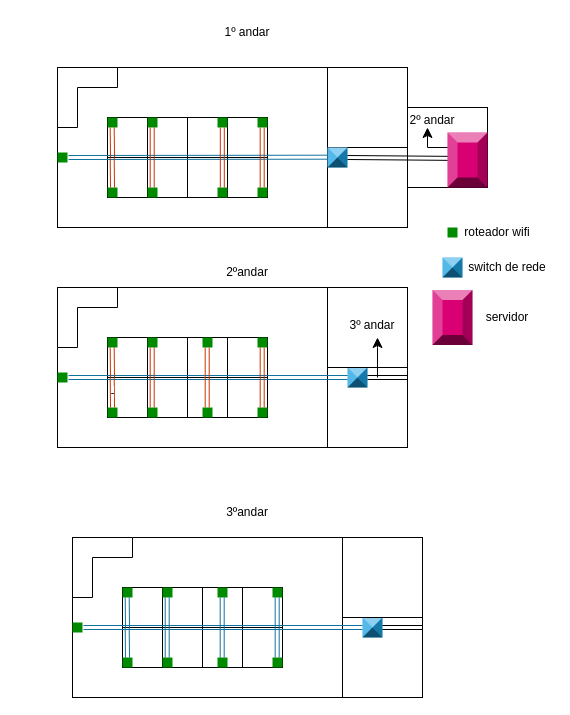
Earlier version of the draw.io diagram shopping.drawio (BrunoTdS456123/Prog1). Source tidied: cells renumbered, new cells numbered last; positions are measured from the earlier drawing's top-left corner, leaving out a move shared by most shapes. Both pictures are drawn from the tidied source at 100%, with x=0, y=0 at pixel (57, 17).
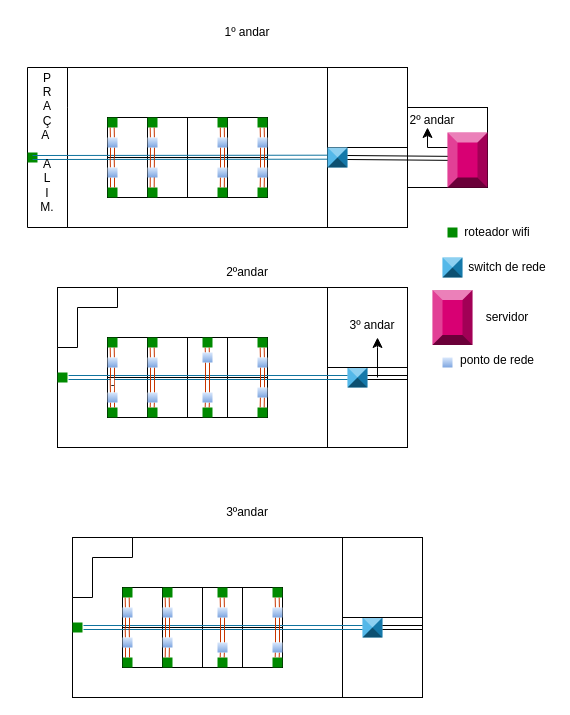
The same page after the edit.

What changed in the source:
```diff
@@
     <mxCell id="7" style="rounded=0;whiteSpace=wrap;html=1;" parent="1" vertex="1">
-      <mxGeometry y="50" width="270" height="160" as="geometry" />
+      <mxGeometry x="10" y="50" width="260" height="160" as="geometry" />
     </mxCell>
@@
-    <mxCell id="10" style="shape=corner;whiteSpace=wrap;html=1;" parent="1" vertex="1">
-      <mxGeometry y="50" width="60" height="60" as="geometry" />
+    <mxCell id="10" style="shape=corner;whiteSpace=wrap;html=1;dx=40;dy=40;" parent="1" vertex="1">
+      <mxGeometry x="-30" y="50" width="40" height="160" as="geometry" />
     </mxCell>
@@
     <mxCell id="28" value="&lt;div&gt;&lt;br&gt;&lt;/div&gt;&lt;div&gt;&lt;br&gt;&lt;/div&gt;" style="labelPosition=center;verticalLabelPosition=middle;align=center;html=1;shape=mxgraph.basic.shaded_button;dx=0;fillColor=#008a00;strokeColor=#005700;whiteSpace=wrap;fontColor=#ffffff;" parent="1" vertex="1">
-      <mxGeometry y="135" width="10" height="10" as="geometry" />
+      <mxGeometry x="-30" y="135" width="10" height="10" as="geometry" />
     </mxCell>
-    <mxCell id="29" style="shape=link;html=1;rounded=0;fillColor=#b1ddf0;strokeColor=#10739e;" parent="1" edge="1">
+    <mxCell id="29" style="shape=link;html=1;rounded=0;fillColor=#b1ddf0;strokeColor=#10739e;exitX=0.25;exitY=1;exitDx=0;exitDy=0;" parent="1" edge="1" source="104">
       <mxGeometry relative="1" as="geometry">
-        <mxPoint x="11" y="140" as="sourcePoint" />
         <mxPoint x="270" y="139.7" as="targetPoint" />
       </mxGeometry>
     </mxCell>
@@
-    <mxCell id="31" style="shape=link;html=1;rounded=0;fillColor=#fa6800;strokeColor=#C73500;" parent="1" edge="1">
+    <mxCell id="31" style="shape=link;html=1;rounded=0;fillColor=#fa6800;strokeColor=#C73500;" parent="1" edge="1" source="108">
       <mxGeometry relative="1" as="geometry">
-        <mxPoint x="55" y="170" as="sourcePoint" />
         <mxPoint x="54.7" y="140" as="targetPoint" />
       </mxGeometry>
     </mxCell>
-    <mxCell id="32" style="shape=link;html=1;rounded=0;fillColor=#fa6800;strokeColor=#C73500;" parent="1" edge="1">
+    <mxCell id="32" style="shape=link;html=1;rounded=0;fillColor=#fa6800;strokeColor=#C73500;" parent="1" edge="1" source="106">
       <mxGeometry relative="1" as="geometry">
-        <mxPoint x="55" y="140" as="sourcePoint" />
         <mxPoint x="54.7" y="110" as="targetPoint" />
       </mxGeometry>
     </mxCell>
-    <mxCell id="33" style="shape=link;html=1;rounded=0;fillColor=#fa6800;strokeColor=#C73500;" parent="1" edge="1">
+    <mxCell id="33" style="shape=link;html=1;rounded=0;fillColor=#fa6800;strokeColor=#C73500;" parent="1" edge="1" source="110">
       <mxGeometry relative="1" as="geometry">
-        <mxPoint x="94.7" y="170" as="sourcePoint" />
         <mxPoint x="94.7" y="110" as="targetPoint" />
       </mxGeometry>
     </mxCell>
-    <mxCell id="34" style="shape=link;html=1;rounded=0;fillColor=#fa6800;strokeColor=#C73500;" parent="1" edge="1">
+    <mxCell id="34" style="shape=link;html=1;rounded=0;fillColor=#fa6800;strokeColor=#C73500;" parent="1" edge="1" source="115">
       <mxGeometry relative="1" as="geometry">
-        <mxPoint x="164.8" y="170" as="sourcePoint" />
         <mxPoint x="164.8" y="110" as="targetPoint" />
       </mxGeometry>
     </mxCell>
-    <mxCell id="35" style="shape=link;html=1;rounded=0;fillColor=#fa6800;strokeColor=#C73500;" parent="1" edge="1">
+    <mxCell id="35" style="shape=link;html=1;rounded=0;fillColor=#fa6800;strokeColor=#C73500;" parent="1" edge="1" source="119">
       <mxGeometry relative="1" as="geometry">
-        <mxPoint x="204.7" y="170" as="sourcePoint" />
         <mxPoint x="204.7" y="110" as="targetPoint" />
       </mxGeometry>
     </mxCell>
@@
-    <mxCell id="60" value="-" style="shape=link;html=1;rounded=0;fillColor=#fa6800;strokeColor=#C73500;" parent="1" edge="1">
+    <mxCell id="60" value="-" style="shape=link;html=1;rounded=0;fillColor=#fa6800;strokeColor=#C73500;" parent="1" edge="1" source="123">
       <mxGeometry relative="1" as="geometry">
-        <mxPoint x="55" y="390" as="sourcePoint" />
         <mxPoint x="54.7" y="360" as="targetPoint" />
       </mxGeometry>
     </mxCell>
-    <mxCell id="61" style="shape=link;html=1;rounded=0;fillColor=#fa6800;strokeColor=#C73500;" parent="1" edge="1">
+    <mxCell id="61" style="shape=link;html=1;rounded=0;fillColor=#fa6800;strokeColor=#C73500;" parent="1" edge="1" source="121">
       <mxGeometry relative="1" as="geometry">
-        <mxPoint x="55" y="360" as="sourcePoint" />
         <mxPoint x="54.7" y="330" as="targetPoint" />
       </mxGeometry>
     </mxCell>
-    <mxCell id="62" style="shape=link;html=1;rounded=0;fillColor=#fa6800;strokeColor=#C73500;" parent="1" edge="1">
+    <mxCell id="62" style="shape=link;html=1;rounded=0;fillColor=#fa6800;strokeColor=#C73500;" parent="1" edge="1" source="125">
       <mxGeometry relative="1" as="geometry">
-        <mxPoint x="94.7" y="390" as="sourcePoint" />
         <mxPoint x="94.7" y="330" as="targetPoint" />
       </mxGeometry>
     </mxCell>
-    <mxCell id="63" style="shape=link;html=1;rounded=0;fillColor=#fa6800;strokeColor=#C73500;" parent="1" edge="1">
+    <mxCell id="63" style="shape=link;html=1;rounded=0;fillColor=#fa6800;strokeColor=#C73500;" parent="1" edge="1" source="129">
       <mxGeometry relative="1" as="geometry">
-        <mxPoint x="149.7" y="390" as="sourcePoint" />
         <mxPoint x="149.7" y="330" as="targetPoint" />
       </mxGeometry>
     </mxCell>
-    <mxCell id="64" style="shape=link;html=1;rounded=0;fillColor=#fa6800;strokeColor=#C73500;" parent="1" edge="1">
+    <mxCell id="64" style="shape=link;html=1;rounded=0;fillColor=#fa6800;strokeColor=#C73500;" parent="1" edge="1" source="133">
       <mxGeometry relative="1" as="geometry">
-        <mxPoint x="204.7" y="390" as="sourcePoint" />
         <mxPoint x="204.7" y="330" as="targetPoint" />
       </mxGeometry>
     </mxCell>
@@
-    <mxCell id="91" style="shape=link;html=1;rounded=0;fillColor=#b1ddf0;strokeColor=#10739e;" parent="1" edge="1">
+    <mxCell id="91" style="shape=link;html=1;rounded=0;fillColor=#fa6800;strokeColor=#C73500;" parent="1" edge="1" source="151">
       <mxGeometry relative="1" as="geometry">
-        <mxPoint x="70" y="640" as="sourcePoint" />
         <mxPoint x="69.7" y="610" as="targetPoint" />
       </mxGeometry>
     </mxCell>
-    <mxCell id="92" style="shape=link;html=1;rounded=0;fillColor=#b1ddf0;strokeColor=#10739e;" parent="1" edge="1">
+    <mxCell id="92" style="shape=link;html=1;rounded=0;fillColor=#fa6800;strokeColor=#C73500;" parent="1" edge="1" source="137">
       <mxGeometry relative="1" as="geometry">
-        <mxPoint x="70" y="610" as="sourcePoint" />
         <mxPoint x="69.7" y="580" as="targetPoint" />
       </mxGeometry>
     </mxCell>
-    <mxCell id="93" style="shape=link;html=1;rounded=0;fillColor=#b1ddf0;strokeColor=#10739e;" parent="1" edge="1">
+    <mxCell id="93" style="shape=link;html=1;rounded=0;fillColor=#fa6800;strokeColor=#C73500;" parent="1" edge="1" source="139">
       <mxGeometry relative="1" as="geometry">
-        <mxPoint x="109.7" y="640" as="sourcePoint" />
         <mxPoint x="109.7" y="580" as="targetPoint" />
       </mxGeometry>
     </mxCell>
-    <mxCell id="94" style="shape=link;html=1;rounded=0;fillColor=#b1ddf0;strokeColor=#10739e;" parent="1" edge="1">
+    <mxCell id="94" style="shape=link;html=1;rounded=0;fillColor=#fa6800;strokeColor=#C73500;" parent="1" edge="1" source="141">
       <mxGeometry relative="1" as="geometry">
-        <mxPoint x="164.7" y="640" as="sourcePoint" />
         <mxPoint x="164.7" y="580" as="targetPoint" />
       </mxGeometry>
     </mxCell>
-    <mxCell id="95" style="shape=link;html=1;rounded=0;fillColor=#b1ddf0;strokeColor=#10739e;" parent="1" edge="1">
+    <mxCell id="95" style="shape=link;html=1;rounded=0;fillColor=#fa6800;strokeColor=#C73500;" parent="1" edge="1" source="143">
       <mxGeometry relative="1" as="geometry">
-        <mxPoint x="219.7" y="640" as="sourcePoint" />
         <mxPoint x="219.7" y="580" as="targetPoint" />
       </mxGeometry>
     </mxCell>
@@
+    <mxCell id="104" value="&lt;div&gt;P&lt;/div&gt;&lt;div&gt;R&lt;/div&gt;&lt;div&gt;A&lt;/div&gt;&lt;div&gt;Ç&lt;/div&gt;&lt;div&gt;A&amp;nbsp;&lt;/div&gt;&lt;div&gt;&lt;br&gt;&lt;/div&gt;&lt;div&gt;A&lt;/div&gt;&lt;div&gt;L&lt;/div&gt;&lt;div&gt;I&lt;/div&gt;&lt;div&gt;M.&lt;br&gt;&lt;/div&gt;" style="text;html=1;align=center;verticalAlign=middle;whiteSpace=wrap;rounded=0;" parent="1" vertex="1">
+      <mxGeometry x="-40" y="110" width="60" height="30" as="geometry" />
+    </mxCell>
+    <mxCell id="105" style="shape=link;html=1;rounded=0;fillColor=#fa6800;strokeColor=#C73500;" parent="1" edge="1" target="106">
+      <mxGeometry relative="1" as="geometry">
+        <mxPoint x="55" y="140" as="sourcePoint" />
+      </mxGeometry>
+    </mxCell>
+    <mxCell id="106" value="&lt;div&gt;&lt;br&gt;&lt;/div&gt;&lt;div&gt;&lt;br&gt;&lt;/div&gt;" style="labelPosition=center;verticalLabelPosition=middle;align=center;html=1;shape=mxgraph.basic.shaded_button;dx=0;fillColor=#dae8fc;strokeColor=#6c8ebf;whiteSpace=wrap;gradientColor=#7ea6e0;" parent="1" vertex="1">
+      <mxGeometry x="50" y="120" width="10" height="10" as="geometry" />
+    </mxCell>
+    <mxCell id="107" style="shape=link;html=1;rounded=0;fillColor=#fa6800;strokeColor=#C73500;" parent="1" edge="1" target="108">
+      <mxGeometry relative="1" as="geometry">
+        <mxPoint x="55" y="170" as="sourcePoint" />
+      </mxGeometry>
+    </mxCell>
+    <mxCell id="108" value="&lt;div&gt;&lt;br&gt;&lt;/div&gt;&lt;div&gt;&lt;br&gt;&lt;/div&gt;" style="labelPosition=center;verticalLabelPosition=middle;align=center;html=1;shape=mxgraph.basic.shaded_button;dx=0;fillColor=#dae8fc;strokeColor=#6c8ebf;whiteSpace=wrap;gradientColor=#7ea6e0;" parent="1" vertex="1">
+      <mxGeometry x="50" y="150" width="10" height="10" as="geometry" />
+    </mxCell>
+    <mxCell id="109" style="shape=link;html=1;rounded=0;fillColor=#fa6800;strokeColor=#C73500;" parent="1" edge="1" target="110">
+      <mxGeometry relative="1" as="geometry">
+        <mxPoint x="94.7" y="170" as="sourcePoint" />
+      </mxGeometry>
+    </mxCell>
+    <mxCell id="110" value="&lt;div&gt;&lt;br&gt;&lt;/div&gt;&lt;div&gt;&lt;br&gt;&lt;/div&gt;" style="labelPosition=center;verticalLabelPosition=middle;align=center;html=1;shape=mxgraph.basic.shaded_button;dx=0;fillColor=#dae8fc;strokeColor=#6c8ebf;whiteSpace=wrap;gradientColor=#7ea6e0;" parent="1" vertex="1">
+      <mxGeometry x="90" y="120" width="10" height="10" as="geometry" />
+    </mxCell>
+    <mxCell id="111" value="&lt;div&gt;&lt;br&gt;&lt;/div&gt;&lt;div&gt;&lt;br&gt;&lt;/div&gt;" style="labelPosition=center;verticalLabelPosition=middle;align=center;html=1;shape=mxgraph.basic.shaded_button;dx=0;fillColor=#dae8fc;strokeColor=#6c8ebf;whiteSpace=wrap;gradientColor=#7ea6e0;" parent="1" vertex="1">
+      <mxGeometry x="90" y="150" width="10" height="10" as="geometry" />
+    </mxCell>
+    <mxCell id="112" style="shape=link;html=1;rounded=0;fillColor=#fa6800;strokeColor=#C73500;" parent="1" edge="1" target="113">
+      <mxGeometry relative="1" as="geometry">
+        <mxPoint x="164.8" y="170" as="sourcePoint" />
+      </mxGeometry>
+    </mxCell>
+    <mxCell id="113" value="&lt;div&gt;&lt;br&gt;&lt;/div&gt;&lt;div&gt;&lt;br&gt;&lt;/div&gt;" style="labelPosition=center;verticalLabelPosition=middle;align=center;html=1;shape=mxgraph.basic.shaded_button;dx=0;fillColor=#dae8fc;strokeColor=#6c8ebf;whiteSpace=wrap;gradientColor=#7ea6e0;" parent="1" vertex="1">
+      <mxGeometry x="160" y="150" width="10" height="10" as="geometry" />
+    </mxCell>
+    <mxCell id="114" style="shape=link;html=1;rounded=0;fillColor=#fa6800;strokeColor=#C73500;" parent="1" edge="1" source="113" target="115">
+      <mxGeometry relative="1" as="geometry" />
+    </mxCell>
+    <mxCell id="115" value="&lt;div&gt;&lt;br&gt;&lt;/div&gt;&lt;div&gt;&lt;br&gt;&lt;/div&gt;" style="labelPosition=center;verticalLabelPosition=middle;align=center;html=1;shape=mxgraph.basic.shaded_button;dx=0;fillColor=#dae8fc;strokeColor=#6c8ebf;whiteSpace=wrap;gradientColor=#7ea6e0;" parent="1" vertex="1">
+      <mxGeometry x="160" y="120" width="10" height="10" as="geometry" />
+    </mxCell>
+    <mxCell id="116" style="shape=link;html=1;rounded=0;fillColor=#fa6800;strokeColor=#C73500;" parent="1" edge="1" target="117">
+      <mxGeometry relative="1" as="geometry">
+        <mxPoint x="204.7" y="170" as="sourcePoint" />
+      </mxGeometry>
+    </mxCell>
+    <mxCell id="117" value="&lt;div&gt;&lt;br&gt;&lt;/div&gt;&lt;div&gt;&lt;br&gt;&lt;/div&gt;" style="labelPosition=center;verticalLabelPosition=middle;align=center;html=1;shape=mxgraph.basic.shaded_button;dx=0;fillColor=#dae8fc;strokeColor=#6c8ebf;whiteSpace=wrap;gradientColor=#7ea6e0;" parent="1" vertex="1">
+      <mxGeometry x="200" y="150" width="10" height="10" as="geometry" />
+    </mxCell>
+    <mxCell id="118" style="shape=link;html=1;rounded=0;fillColor=#fa6800;strokeColor=#C73500;" parent="1" edge="1" source="117" target="119">
+      <mxGeometry relative="1" as="geometry" />
+    </mxCell>
+    <mxCell id="119" value="&lt;div&gt;&lt;br&gt;&lt;/div&gt;&lt;div&gt;&lt;br&gt;&lt;/div&gt;" style="labelPosition=center;verticalLabelPosition=middle;align=center;html=1;shape=mxgraph.basic.shaded_button;dx=0;fillColor=#dae8fc;strokeColor=#6c8ebf;whiteSpace=wrap;gradientColor=#7ea6e0;" parent="1" vertex="1">
+      <mxGeometry x="200" y="120" width="10" height="10" as="geometry" />
+    </mxCell>
+    <mxCell id="120" style="shape=link;html=1;rounded=0;fillColor=#fa6800;strokeColor=#C73500;" parent="1" edge="1" target="121">
+      <mxGeometry relative="1" as="geometry">
+        <mxPoint x="55" y="360" as="sourcePoint" />
+      </mxGeometry>
+    </mxCell>
+    <mxCell id="121" value="&lt;div&gt;&lt;br&gt;&lt;/div&gt;&lt;div&gt;&lt;br&gt;&lt;/div&gt;" style="labelPosition=center;verticalLabelPosition=middle;align=center;html=1;shape=mxgraph.basic.shaded_button;dx=0;fillColor=#dae8fc;strokeColor=#6c8ebf;whiteSpace=wrap;gradientColor=#7ea6e0;" parent="1" vertex="1">
+      <mxGeometry x="50" y="340" width="10" height="10" as="geometry" />
+    </mxCell>
+    <mxCell id="122" style="shape=link;html=1;rounded=0;fillColor=#fa6800;strokeColor=#C73500;" parent="1" edge="1" target="123">
+      <mxGeometry relative="1" as="geometry">
+        <mxPoint x="55" y="390" as="sourcePoint" />
+      </mxGeometry>
+    </mxCell>
+    <mxCell id="123" value="&lt;div&gt;&lt;br&gt;&lt;/div&gt;&lt;div&gt;&lt;br&gt;&lt;/div&gt;" style="labelPosition=center;verticalLabelPosition=middle;align=center;html=1;shape=mxgraph.basic.shaded_button;dx=0;fillColor=#dae8fc;strokeColor=#6c8ebf;whiteSpace=wrap;gradientColor=#7ea6e0;" parent="1" vertex="1">
+      <mxGeometry x="50" y="375" width="10" height="10" as="geometry" />
+    </mxCell>
+    <mxCell id="124" style="shape=link;html=1;rounded=0;fillColor=#fa6800;strokeColor=#C73500;" parent="1" edge="1" source="127" target="125">
+      <mxGeometry relative="1" as="geometry" />
+    </mxCell>
+    <mxCell id="125" value="&lt;div&gt;&lt;br&gt;&lt;/div&gt;&lt;div&gt;&lt;br&gt;&lt;/div&gt;" style="labelPosition=center;verticalLabelPosition=middle;align=center;html=1;shape=mxgraph.basic.shaded_button;dx=0;fillColor=#dae8fc;strokeColor=#6c8ebf;whiteSpace=wrap;gradientColor=#7ea6e0;" parent="1" vertex="1">
+      <mxGeometry x="90" y="340" width="10" height="10" as="geometry" />
+    </mxCell>
+    <mxCell id="126" style="shape=link;html=1;rounded=0;fillColor=#fa6800;strokeColor=#C73500;" parent="1" edge="1" target="127">
+      <mxGeometry relative="1" as="geometry">
+        <mxPoint x="94.7" y="390" as="sourcePoint" />
+      </mxGeometry>
+    </mxCell>
+    <mxCell id="127" value="&lt;div&gt;&lt;br&gt;&lt;/div&gt;&lt;div&gt;&lt;br&gt;&lt;/div&gt;" style="labelPosition=center;verticalLabelPosition=middle;align=center;html=1;shape=mxgraph.basic.shaded_button;dx=0;fillColor=#dae8fc;strokeColor=#6c8ebf;whiteSpace=wrap;gradientColor=#7ea6e0;" parent="1" vertex="1">
+      <mxGeometry x="90" y="375" width="10" height="10" as="geometry" />
+    </mxCell>
+    <mxCell id="128" style="shape=link;html=1;rounded=0;fillColor=#fa6800;strokeColor=#C73500;" parent="1" edge="1" source="131" target="129">
+      <mxGeometry relative="1" as="geometry" />
+    </mxCell>
+    <mxCell id="129" value="&lt;div&gt;&lt;br&gt;&lt;/div&gt;&lt;div&gt;&lt;br&gt;&lt;/div&gt;" style="labelPosition=center;verticalLabelPosition=middle;align=center;html=1;shape=mxgraph.basic.shaded_button;dx=0;fillColor=#dae8fc;strokeColor=#6c8ebf;whiteSpace=wrap;gradientColor=#7ea6e0;" parent="1" vertex="1">
+      <mxGeometry x="145" y="335" width="10" height="10" as="geometry" />
+    </mxCell>
+    <mxCell id="130" style="shape=link;html=1;rounded=0;fillColor=#fa6800;strokeColor=#C73500;" parent="1" edge="1" target="131">
+      <mxGeometry relative="1" as="geometry">
+        <mxPoint x="149.7" y="390" as="sourcePoint" />
+      </mxGeometry>
+    </mxCell>
+    <mxCell id="131" value="&lt;div&gt;&lt;br&gt;&lt;/div&gt;&lt;div&gt;&lt;br&gt;&lt;/div&gt;" style="labelPosition=center;verticalLabelPosition=middle;align=center;html=1;shape=mxgraph.basic.shaded_button;dx=0;fillColor=#dae8fc;strokeColor=#6c8ebf;whiteSpace=wrap;gradientColor=#7ea6e0;" parent="1" vertex="1">
+      <mxGeometry x="145" y="375" width="10" height="10" as="geometry" />
+    </mxCell>
+    <mxCell id="132" style="shape=link;html=1;rounded=0;fillColor=#fa6800;strokeColor=#C73500;" parent="1" edge="1" source="135" target="133">
+      <mxGeometry relative="1" as="geometry" />
+    </mxCell>
+    <mxCell id="133" value="&lt;div&gt;&lt;br&gt;&lt;/div&gt;&lt;div&gt;&lt;br&gt;&lt;/div&gt;" style="labelPosition=center;verticalLabelPosition=middle;align=center;html=1;shape=mxgraph.basic.shaded_button;dx=0;fillColor=#dae8fc;strokeColor=#6c8ebf;whiteSpace=wrap;gradientColor=#7ea6e0;" parent="1" vertex="1">
+      <mxGeometry x="200" y="340" width="10" height="10" as="geometry" />
+    </mxCell>
+    <mxCell id="134" style="shape=link;html=1;rounded=0;fillColor=#fa6800;strokeColor=#C73500;" parent="1" edge="1" target="135">
+      <mxGeometry relative="1" as="geometry">
+        <mxPoint x="204.7" y="390" as="sourcePoint" />
+      </mxGeometry>
+    </mxCell>
+    <mxCell id="135" value="&lt;div&gt;&lt;br&gt;&lt;/div&gt;&lt;div&gt;&lt;br&gt;&lt;/div&gt;" style="labelPosition=center;verticalLabelPosition=middle;align=center;html=1;shape=mxgraph.basic.shaded_button;dx=0;fillColor=#dae8fc;strokeColor=#6c8ebf;whiteSpace=wrap;gradientColor=#7ea6e0;" parent="1" vertex="1">
+      <mxGeometry x="200" y="370" width="10" height="10" as="geometry" />
+    </mxCell>
+    <mxCell id="136" style="shape=link;html=1;rounded=0;fillColor=#fa6800;strokeColor=#C73500;" parent="1" edge="1" target="137">
+      <mxGeometry relative="1" as="geometry">
+        <mxPoint x="70" y="610" as="sourcePoint" />
+      </mxGeometry>
+    </mxCell>
+    <mxCell id="137" value="&lt;div&gt;&lt;br&gt;&lt;/div&gt;&lt;div&gt;&lt;br&gt;&lt;/div&gt;" style="labelPosition=center;verticalLabelPosition=middle;align=center;html=1;shape=mxgraph.basic.shaded_button;dx=0;fillColor=#dae8fc;strokeColor=#6c8ebf;whiteSpace=wrap;gradientColor=#7ea6e0;" parent="1" vertex="1">
+      <mxGeometry x="65" y="590" width="10" height="10" as="geometry" />
+    </mxCell>
+    <mxCell id="138" style="shape=link;html=1;rounded=0;fillColor=#fa6800;strokeColor=#C73500;" parent="1" edge="1" source="149" target="139">
+      <mxGeometry relative="1" as="geometry" />
+    </mxCell>
+    <mxCell id="139" value="&lt;div&gt;&lt;br&gt;&lt;/div&gt;&lt;div&gt;&lt;br&gt;&lt;/div&gt;" style="labelPosition=center;verticalLabelPosition=middle;align=center;html=1;shape=mxgraph.basic.shaded_button;dx=0;fillColor=#dae8fc;strokeColor=#6c8ebf;whiteSpace=wrap;gradientColor=#7ea6e0;" parent="1" vertex="1">
+      <mxGeometry x="105" y="590" width="10" height="10" as="geometry" />
+    </mxCell>
+    <mxCell id="140" style="shape=link;html=1;rounded=0;fillColor=#fa6800;strokeColor=#C73500;" parent="1" edge="1" source="147" target="141">
+      <mxGeometry relative="1" as="geometry" />
+    </mxCell>
+    <mxCell id="141" value="&lt;div&gt;&lt;br&gt;&lt;/div&gt;&lt;div&gt;&lt;br&gt;&lt;/div&gt;" style="labelPosition=center;verticalLabelPosition=middle;align=center;html=1;shape=mxgraph.basic.shaded_button;dx=0;fillColor=#dae8fc;strokeColor=#6c8ebf;whiteSpace=wrap;gradientColor=#7ea6e0;" parent="1" vertex="1">
+      <mxGeometry x="160" y="590" width="10" height="10" as="geometry" />
+    </mxCell>
+    <mxCell id="142" style="shape=link;html=1;rounded=0;fillColor=#fa6800;strokeColor=#C73500;" parent="1" edge="1" source="145" target="143">
+      <mxGeometry relative="1" as="geometry" />
+    </mxCell>
+    <mxCell id="143" value="&lt;div&gt;&lt;br&gt;&lt;/div&gt;&lt;div&gt;&lt;br&gt;&lt;/div&gt;" style="labelPosition=center;verticalLabelPosition=middle;align=center;html=1;shape=mxgraph.basic.shaded_button;dx=0;fillColor=#dae8fc;strokeColor=#6c8ebf;whiteSpace=wrap;gradientColor=#7ea6e0;" parent="1" vertex="1">
+      <mxGeometry x="215" y="590" width="10" height="10" as="geometry" />
+    </mxCell>
+    <mxCell id="144" style="shape=link;html=1;rounded=0;fillColor=#fa6800;strokeColor=#C73500;" parent="1" edge="1" target="145">
+      <mxGeometry relative="1" as="geometry">
+        <mxPoint x="219.7" y="640" as="sourcePoint" />
+      </mxGeometry>
+    </mxCell>
+    <mxCell id="145" value="&lt;div&gt;&lt;br&gt;&lt;/div&gt;&lt;div&gt;&lt;br&gt;&lt;/div&gt;" style="labelPosition=center;verticalLabelPosition=middle;align=center;html=1;shape=mxgraph.basic.shaded_button;dx=0;fillColor=#dae8fc;strokeColor=#6c8ebf;whiteSpace=wrap;gradientColor=#7ea6e0;" parent="1" vertex="1">
+      <mxGeometry x="215" y="625" width="10" height="10" as="geometry" />
+    </mxCell>
+    <mxCell id="146" style="shape=link;html=1;rounded=0;fillColor=#fa6800;strokeColor=#C73500;" parent="1" edge="1" target="147">
+      <mxGeometry relative="1" as="geometry">
+        <mxPoint x="164.7" y="640" as="sourcePoint" />
+      </mxGeometry>
+    </mxCell>
+    <mxCell id="147" value="&lt;div&gt;&lt;br&gt;&lt;/div&gt;&lt;div&gt;&lt;br&gt;&lt;/div&gt;" style="labelPosition=center;verticalLabelPosition=middle;align=center;html=1;shape=mxgraph.basic.shaded_button;dx=0;fillColor=#dae8fc;strokeColor=#6c8ebf;whiteSpace=wrap;gradientColor=#7ea6e0;" parent="1" vertex="1">
+      <mxGeometry x="160" y="625" width="10" height="10" as="geometry" />
+    </mxCell>
+    <mxCell id="148" style="shape=link;html=1;rounded=0;fillColor=#fa6800;strokeColor=#C73500;" parent="1" edge="1" target="149">
+      <mxGeometry relative="1" as="geometry">
+        <mxPoint x="109.7" y="640" as="sourcePoint" />
+      </mxGeometry>
+    </mxCell>
+    <mxCell id="149" value="&lt;div&gt;&lt;br&gt;&lt;/div&gt;&lt;div&gt;&lt;br&gt;&lt;/div&gt;" style="labelPosition=center;verticalLabelPosition=middle;align=center;html=1;shape=mxgraph.basic.shaded_button;dx=0;fillColor=#dae8fc;strokeColor=#6c8ebf;whiteSpace=wrap;gradientColor=#7ea6e0;" parent="1" vertex="1">
+      <mxGeometry x="105" y="620" width="10" height="10" as="geometry" />
+    </mxCell>
+    <mxCell id="150" style="shape=link;html=1;rounded=0;fillColor=#fa6800;strokeColor=#C73500;" parent="1" edge="1" target="151">
+      <mxGeometry relative="1" as="geometry">
+        <mxPoint x="70" y="640" as="sourcePoint" />
+      </mxGeometry>
+    </mxCell>
+    <mxCell id="151" value="&lt;div&gt;&lt;br&gt;&lt;/div&gt;&lt;div&gt;&lt;br&gt;&lt;/div&gt;" style="labelPosition=center;verticalLabelPosition=middle;align=center;html=1;shape=mxgraph.basic.shaded_button;dx=0;fillColor=#dae8fc;strokeColor=#6c8ebf;whiteSpace=wrap;gradientColor=#7ea6e0;" parent="1" vertex="1">
+      <mxGeometry x="65" y="620" width="10" height="10" as="geometry" />
+    </mxCell>
+    <mxCell id="152" value="&lt;div&gt;&lt;br&gt;&lt;/div&gt;&lt;div&gt;&lt;br&gt;&lt;/div&gt;" style="labelPosition=center;verticalLabelPosition=middle;align=center;html=1;shape=mxgraph.basic.shaded_button;dx=0;fillColor=#dae8fc;strokeColor=#6c8ebf;whiteSpace=wrap;gradientColor=#7ea6e0;" parent="1" vertex="1">
+      <mxGeometry x="385" y="340" width="10" height="10" as="geometry" />
+    </mxCell>
+    <mxCell id="153" value="ponto de rede" style="text;html=1;align=center;verticalAlign=middle;whiteSpace=wrap;rounded=0;" parent="1" vertex="1">
+      <mxGeometry x="400" y="327.5" width="80" height="30" as="geometry" />
+    </mxCell>
```
